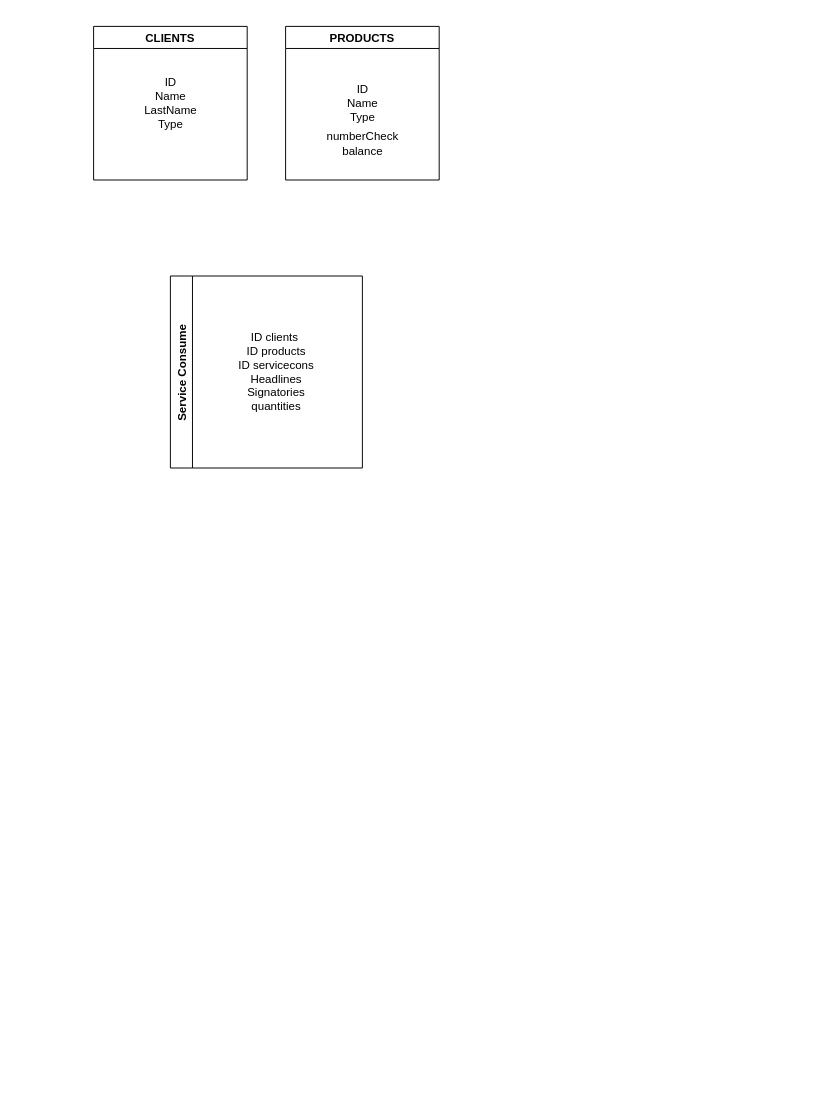
Earlier version of the draw.io diagram Untitled Diagram.drawio (Benjamin-DM/Proyecto1_NTT). Source tidied: cells renumbered, new cells numbered last; positions are measured from the earlier drawing's top-left corner, leaving out a move shared by most shapes. Both pictures are drawn from the tidied source at 96%, with x=0, y=0 at pixel (93, 26).
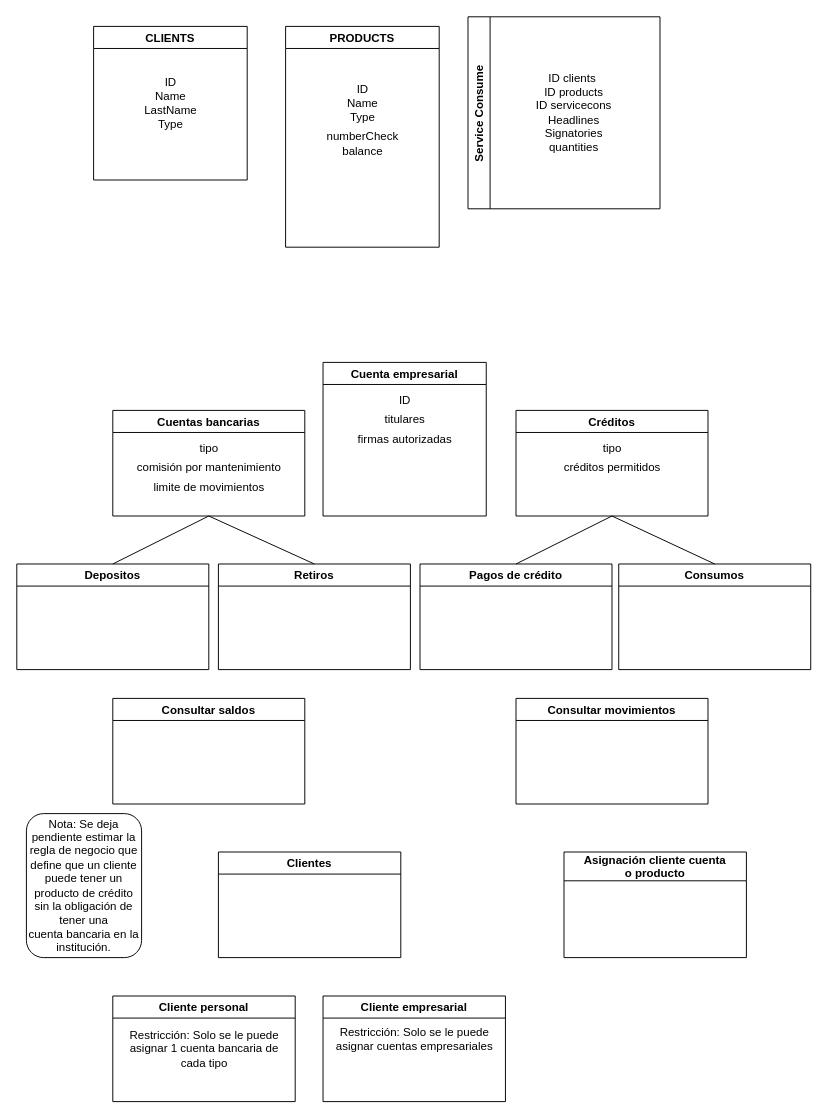
The same diagram, later.

The edit, as a diff of the source:
```diff
@@
     <mxCell id="4" value="PRODUCTS" style="swimlane;" parent="1" vertex="1">
-      <mxGeometry x="200" width="160" height="160" as="geometry" />
+      <mxGeometry x="200" width="160" height="230" as="geometry" />
     </mxCell>
@@
     <mxCell id="8" value="Service Consume" style="swimlane;horizontal=0;" parent="1" vertex="1">
-      <mxGeometry x="80" y="260" width="200" height="200" as="geometry" />
+      <mxGeometry x="390" y="-10" width="200" height="200" as="geometry" />
     </mxCell>
@@
+    <mxCell id="10" value="Cuenta empresarial" style="swimlane;startSize=23;" parent="1" vertex="1">
+      <mxGeometry x="239" y="350" width="170" height="160" as="geometry" />
+    </mxCell>
+    <mxCell id="11" value="ID" style="text;html=1;align=center;verticalAlign=middle;strokeColor=none;fillColor=none;" parent="10" vertex="1">
+      <mxGeometry x="70" y="30" width="30" height="20" as="geometry" />
+    </mxCell>
+    <mxCell id="12" value="titulares" style="text;html=1;align=center;verticalAlign=middle;strokeColor=none;fillColor=none;" parent="10" vertex="1">
+      <mxGeometry x="55" y="50" width="60" height="20" as="geometry" />
+    </mxCell>
+    <mxCell id="13" value="firmas autorizadas" style="text;html=1;align=center;verticalAlign=middle;strokeColor=none;fillColor=none;" parent="10" vertex="1">
+      <mxGeometry x="30" y="70" width="110" height="20" as="geometry" />
+    </mxCell>
+    <mxCell id="14" value="Clientes" style="swimlane;" parent="1" vertex="1">
+      <mxGeometry x="130" y="860" width="190" height="110" as="geometry" />
+    </mxCell>
+    <mxCell id="15" value="Depositos" style="swimlane;" parent="1" vertex="1">
+      <mxGeometry x="-80" y="560" width="200" height="110" as="geometry" />
+    </mxCell>
+    <mxCell id="16" value="Retiros" style="swimlane;" parent="1" vertex="1">
+      <mxGeometry x="130" y="560" width="200" height="110" as="geometry" />
+    </mxCell>
+    <mxCell id="17" value="Cuentas bancarias" style="swimlane;" parent="1" vertex="1">
+      <mxGeometry x="20" y="400" width="200" height="110" as="geometry" />
+    </mxCell>
+    <mxCell id="18" value="comisión por mantenimiento" style="text;html=1;align=center;verticalAlign=middle;strokeColor=none;fillColor=none;" parent="17" vertex="1">
+      <mxGeometry x="15" y="50" width="170" height="20" as="geometry" />
+    </mxCell>
+    <mxCell id="19" value="tipo" style="text;html=1;align=center;verticalAlign=middle;strokeColor=none;fillColor=none;" parent="17" vertex="1">
+      <mxGeometry x="85" y="30" width="30" height="20" as="geometry" />
+    </mxCell>
+    <mxCell id="20" value="limite de movimientos" style="text;html=1;align=center;verticalAlign=middle;strokeColor=none;fillColor=none;" parent="17" vertex="1">
+      <mxGeometry x="35" y="70" width="130" height="20" as="geometry" />
+    </mxCell>
+    <mxCell id="21" value="Créditos" style="swimlane;" parent="1" vertex="1">
+      <mxGeometry x="440" y="400" width="200" height="110" as="geometry" />
+    </mxCell>
+    <mxCell id="22" value="tipo" style="text;html=1;align=center;verticalAlign=middle;strokeColor=none;fillColor=none;" parent="21" vertex="1">
+      <mxGeometry x="85" y="30" width="30" height="20" as="geometry" />
+    </mxCell>
+    <mxCell id="23" value="Consumos" style="swimlane;" parent="1" vertex="1">
+      <mxGeometry x="547" y="560" width="200" height="110" as="geometry" />
+    </mxCell>
+    <mxCell id="24" value="Pagos de crédito" style="swimlane;" parent="1" vertex="1">
+      <mxGeometry x="340" y="560" width="200" height="110" as="geometry" />
+    </mxCell>
+    <mxCell id="25" value="Consultar saldos" style="swimlane;" parent="1" vertex="1">
+      <mxGeometry x="20" y="700" width="200" height="110" as="geometry" />
+    </mxCell>
+    <mxCell id="26" value="Consultar movimientos" style="swimlane;" parent="1" vertex="1">
+      <mxGeometry x="440" y="700" width="200" height="110" as="geometry" />
+    </mxCell>
+    <mxCell id="27" style="endArrow=none;html=1;rounded=0;entryX=0.5;entryY=1;entryDx=0;entryDy=0;exitX=0.5;exitY=0;exitDx=0;exitDy=0;" parent="1" edge="1" source="16" target="17">
+      <mxGeometry relative="1" as="geometry" />
+    </mxCell>
+    <mxCell id="28" style="endArrow=none;html=1;rounded=0;entryX=0.5;entryY=1;entryDx=0;entryDy=0;exitX=0.5;exitY=0;exitDx=0;exitDy=0;" parent="1" edge="1" source="15" target="17">
+      <mxGeometry relative="1" as="geometry" />
+    </mxCell>
+    <mxCell id="29" style="endArrow=none;html=1;rounded=0;entryX=0.5;entryY=1;entryDx=0;entryDy=0;exitX=0.5;exitY=0;exitDx=0;exitDy=0;" parent="1" edge="1" source="24" target="21">
+      <mxGeometry relative="1" as="geometry" />
+    </mxCell>
+    <mxCell id="30" style="endArrow=none;html=1;rounded=0;entryX=0.5;entryY=1;entryDx=0;entryDy=0;exitX=0.5;exitY=0;exitDx=0;exitDy=0;" parent="1" edge="1" source="23" target="21">
+      <mxGeometry relative="1" as="geometry" />
+    </mxCell>
+    <mxCell id="31" value="Cliente empresarial" style="swimlane;" parent="1" vertex="1">
+      <mxGeometry x="239" y="1010" width="190" height="110" as="geometry" />
+    </mxCell>
+    <mxCell id="32" value="Restricción: Solo se le puede&lt;br&gt;asignar cuentas empresariales" style="text;html=1;align=center;verticalAlign=middle;strokeColor=none;fillColor=none;" parent="31" vertex="1">
+      <mxGeometry x="5" y="30" width="180" height="30" as="geometry" />
+    </mxCell>
+    <mxCell id="33" value="Cliente personal" style="swimlane;" parent="1" vertex="1">
+      <mxGeometry x="20" y="1010" width="190" height="110" as="geometry" />
+    </mxCell>
+    <mxCell id="34" value="Restricción: Solo se le puede&lt;br&gt;asignar 1 cuenta bancaria de&lt;br&gt;cada tipo" style="text;html=1;align=center;verticalAlign=middle;strokeColor=none;fillColor=none;" parent="33" vertex="1">
+      <mxGeometry x="10" y="30" width="170" height="50" as="geometry" />
+    </mxCell>
+    <mxCell id="35" value="créditos permitidos" style="text;html=1;align=center;verticalAlign=middle;strokeColor=none;fillColor=none;" parent="1" vertex="1">
+      <mxGeometry x="480" y="450" width="120" height="20" as="geometry" />
+    </mxCell>
+    <mxCell id="36" value="Asignación cliente cuenta &#10;o producto" style="swimlane;startSize=30;" parent="1" vertex="1">
+      <mxGeometry x="490" y="860" width="190" height="110" as="geometry" />
+    </mxCell>
+    <mxCell id="37" value="Nota: Se deja pendiente estimar la regla de negocio que define que un cliente puede tener un producto de crédito sin la obligación de tener una &lt;br&gt;cuenta bancaria en la institución." style="rounded=1;whiteSpace=wrap;html=1;" parent="1" vertex="1">
+      <mxGeometry x="-70" y="820" width="120" height="150" as="geometry" />
+    </mxCell>
```
